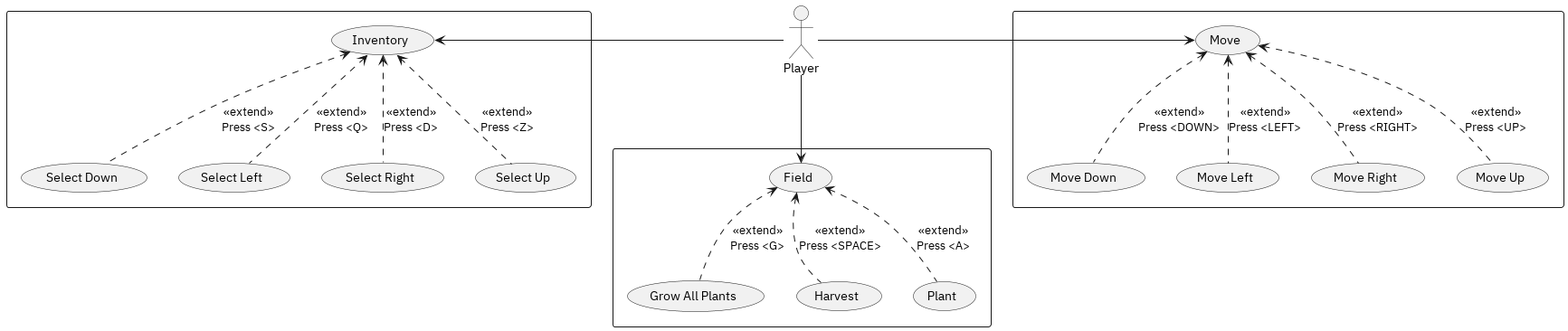
trueNAHO/university-programming-fundamentals-2 keeps this PlantUML diagram as docs/uml/use_case/player_controls.png. Above is the earlier version. Its diagram source:
```plantuml
@startuml

:Player:

rectangle {
    Player -left-> (Inventory)

    (Inventory) <.. (Select Down) : <<extend>>\nPress <S>
    (Inventory) <.. (Select Left) : <<extend>>\nPress <Q>
    (Inventory) <.. (Select Right) : <<extend>>\nPress <D>
    (Inventory) <.. (Select Up) : <<extend>>\nPress <Z>
}

rectangle {
    Player -down-> (Field)

    (Field) <.. (Grow All Plants) : <<extend>>\nPress <G>
    (Field) <.. (Harvest) : <<extend>>\nPress <SPACE>
    (Field) <.. (Plant) : <<extend>>\nPress <A>
}

rectangle {
    Player -right-> (Move)

    (Move) <.. (Move Down) : <<extend>>\nPress <DOWN>
    (Move) <.. (Move Left) : <<extend>>\nPress <LEFT>
    (Move) <.. (Move Right) : <<extend>>\nPress <RIGHT>
    (Move) <.. (Move Up) : <<extend>>\nPress <UP>
}

@enduml
```
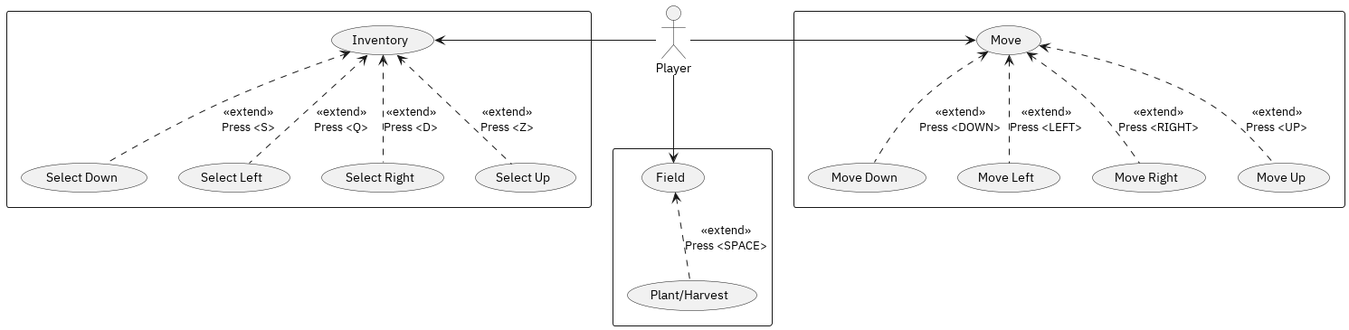
Above is the later version.

Commit message:
docs(uml/use_case): remove testing acions

Diff of the diagram source:
```diff
@@ -14,9 +14,7 @@
 rectangle {
     Player -down-> (Field)
 
-    (Field) <.. (Grow All Plants) : <<extend>>\nPress <G>
-    (Field) <.. (Harvest) : <<extend>>\nPress <SPACE>
-    (Field) <.. (Plant) : <<extend>>\nPress <A>
+    (Field) <.. (Plant/Harvest) : <<extend>>\nPress <SPACE>
 }
 
 rectangle {
```
